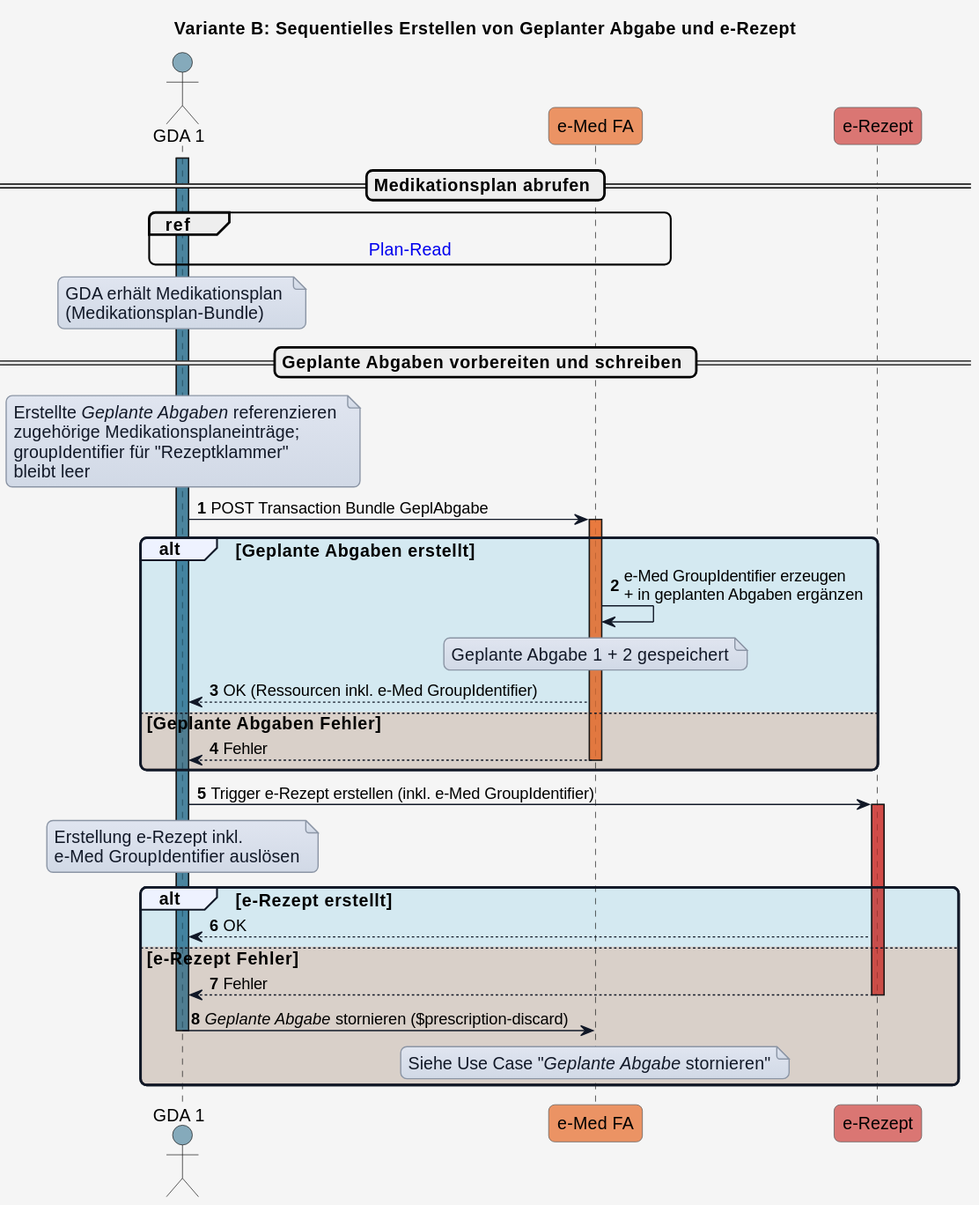
This is input/images/plantuml/UC_eMed_04_01_b.svg from HL7Austria/ELGA-e-Medikation-R4, a PlantUML export, as it was before one commit.
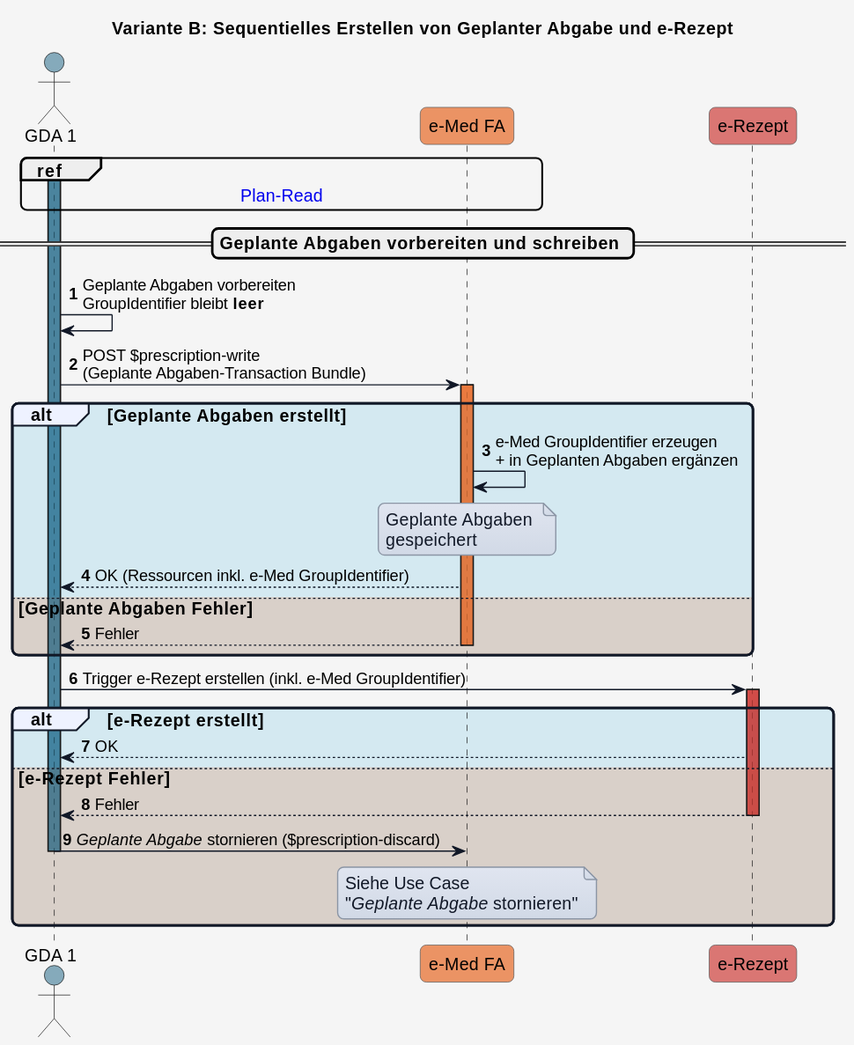
After the commit.

The edit, as a diff of the source:
```diff
@@ -55,34 +55,23 @@
 
 autonumber
 
-== Medikationsplan abrufen ==
-
 activate GDA_1 COLOR_GDA_1
 ref over GDA_1, eMed_FA : [[interactions.html#sequenzdiagramm-plan-read Plan-Read]]
 
-note over GDA_1
-GDA erhält Medikationsplan
-(Medikationsplan-Bundle)
-end note
-
 == Geplante Abgaben vorbereiten und schreiben ==
 
-note over GDA_1
-Erstellte <i>Geplante Abgaben</i> referenzieren
-zugehörige Medikationsplaneinträge;
-groupIdentifier für "Rezeptklammer"
-bleibt leer
-end note
+GDA_1 -> GDA_1: Geplante Abgaben vorbereiten\nGroupIdentifier bleibt <b>leer</b>
 
-GDA_1 -> eMed_FA: POST Transaction Bundle GeplAbgabe
+GDA_1 -> eMed_FA: POST $prescription-write\n(Geplante Abgaben-Transaction Bundle)
 activate eMed_FA COLOR_EMED_FA
 
 alt COLOR_OK Geplante Abgaben erstellt
 
-  eMed_FA -> eMed_FA: e-Med GroupIdentifier erzeugen\n+ in geplanten Abgaben ergänzen
+  eMed_FA -> eMed_FA: e-Med GroupIdentifier erzeugen\n+ in Geplanten Abgaben ergänzen
 
   note over eMed_FA
-  Geplante Abgabe 1 + 2 gespeichert
+  Geplante Abgaben
+  gespeichert
   end note
 
   eMed_FA --> GDA_1: OK (Ressourcen inkl. e-Med GroupIdentifier)
@@ -95,10 +84,6 @@
 end
 
 GDA_1 -> e_Rezept: Trigger e-Rezept erstellen (inkl. e-Med GroupIdentifier)
-note over GDA_1
-Erstellung e-Rezept inkl.
-e-Med GroupIdentifier auslösen
-end note
 activate e_Rezept COLOR_E_REZEPT
 
 alt COLOR_OK e-Rezept erstellt
@@ -110,7 +95,8 @@
   GDA_1 -> eMed_FA: <i>Geplante Abgabe</i> stornieren ($prescription-discard​)
 
   note over eMed_FA
-  Siehe Use Case "<i>Geplante Abgabe</i> stornieren"
+  Siehe Use Case
+  "<i>Geplante Abgabe</i> stornieren"
   end note
   deactivate GDA_1
 end
```
